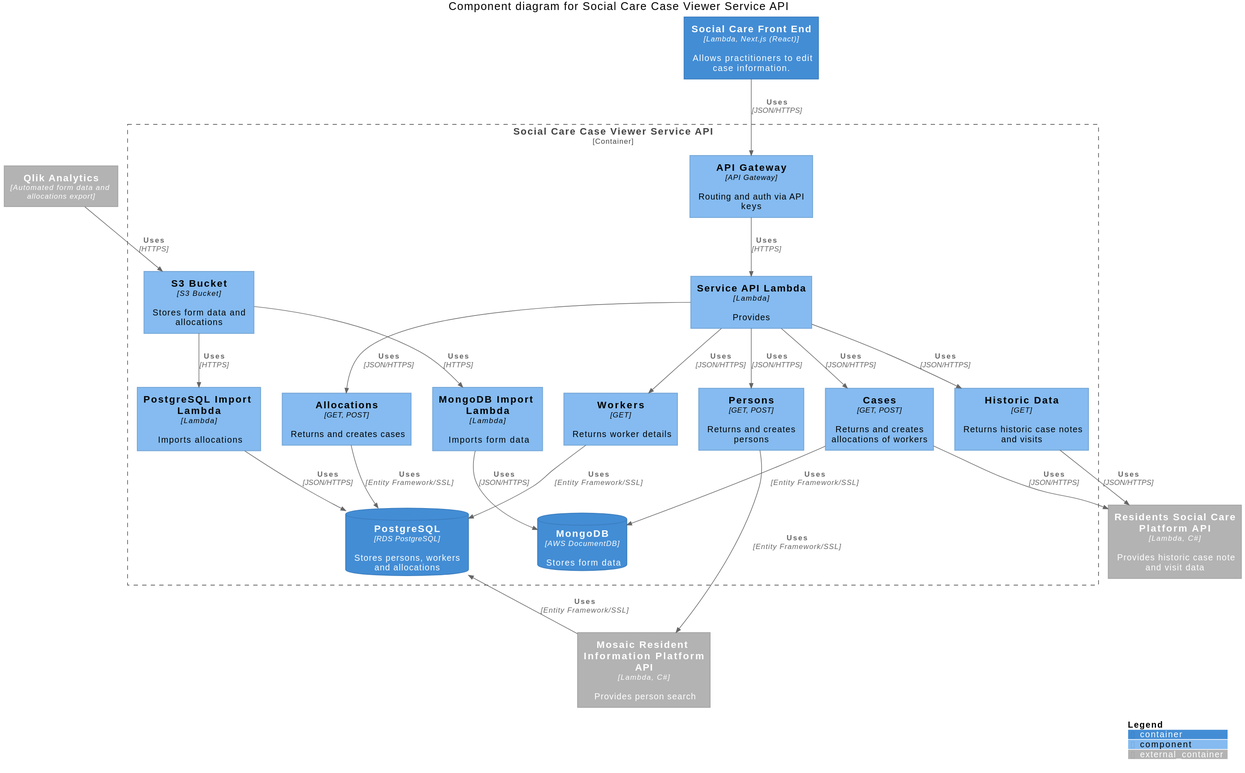
Before: docs/component-diagram.svg, a diagram exported from PlantUML (LBHackney-IT/social-care-case-viewer-api).
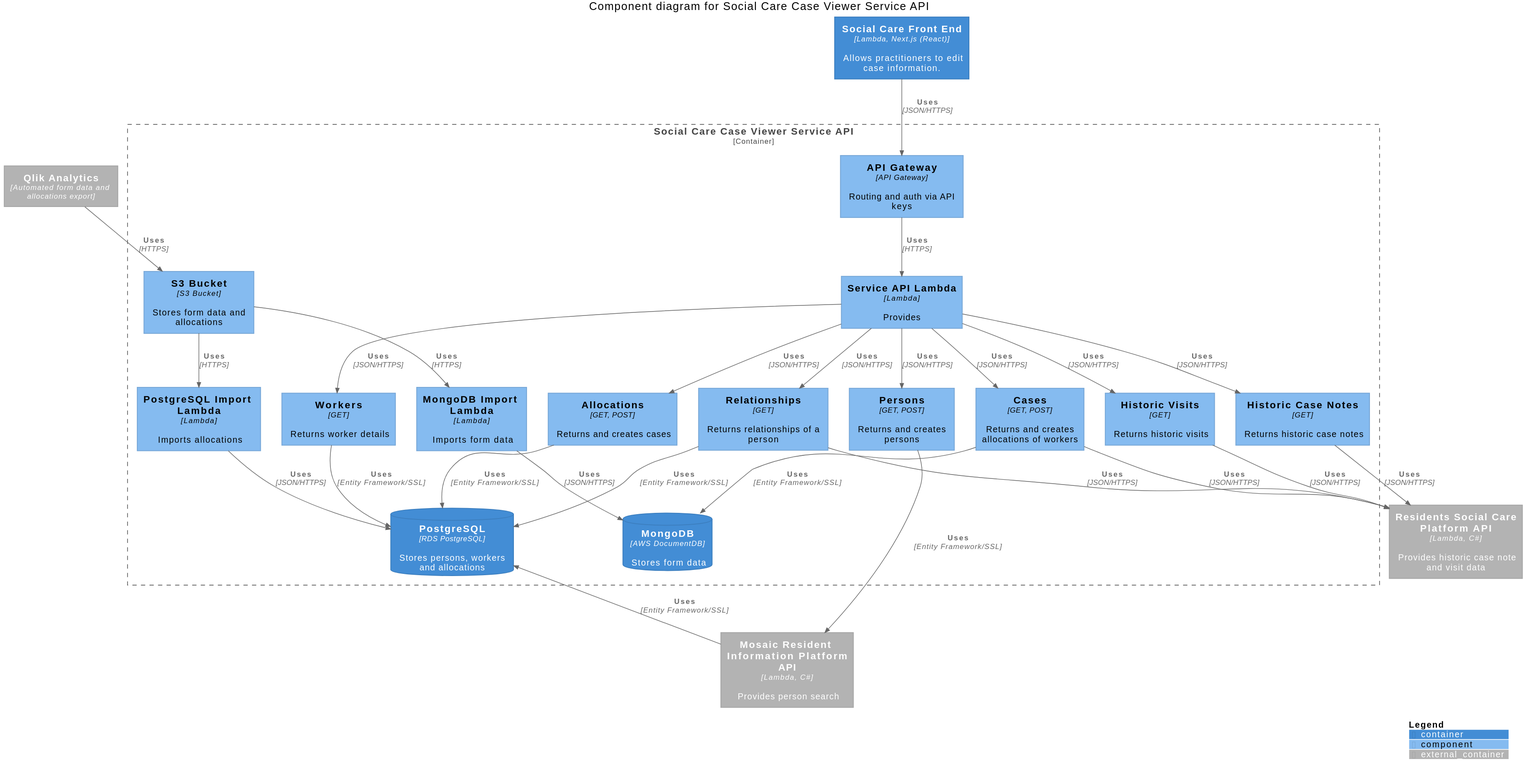
After the commit.

Commit message:
Update component diagram with relationships

And split out historic case notes and visits into their own
components.

Change to the diagram source:
```diff
@@ -21,7 +21,9 @@
     Component(workers, "Workers", "GET", "Returns worker details")
     Component(allocations, "Allocations", "GET, POST", "Returns and creates cases")
     Component(cases, "Cases", "GET, POST", "Returns and creates allocations of workers")
-    Component(historic_data, "Historic Data", "GET", "Returns historic case notes and visits")
+    Component(relationships, "Relationships", "GET", "Returns relationships of a person")
+    Component(historic_case_notes, "Historic Case Notes", "GET", "Returns historic case notes")
+    Component(historic_visits, "Historic Visits", "GET", "Returns historic visits")
 
     ContainerDb(postgres, "PostgreSQL", "RDS PostgreSQL", "Stores persons, workers and allocations")
     ContainerDb(mongodb, "MongoDB", "AWS DocumentDB", "Stores form data")
@@ -50,8 +52,15 @@
     Rel(cases, mongodb, "Uses", "Entity Framework/SSL")
     Rel(cases, resident_social_care_platform_api, "Uses", "JSON/HTTPS")
 
-    Rel(api_lambda, historic_data, "Uses", "JSON/HTTPS")
-    Rel(historic_data, resident_social_care_platform_api, "Uses", "JSON/HTTPS")
+    Rel(api_lambda, relationships, "Uses", "JSON/HTTPS")
+    Rel(relationships, postgres, "Uses", "Entity Framework/SSL")
+    Rel(relationships, resident_social_care_platform_api, "Uses", "JSON/HTTPS")
+
+    Rel(api_lambda, historic_case_notes, "Uses", "JSON/HTTPS")
+    Rel(historic_case_notes, resident_social_care_platform_api, "Uses", "JSON/HTTPS")
+
+    Rel(api_lambda, historic_visits, "Uses", "JSON/HTTPS")
+    Rel(historic_visits, resident_social_care_platform_api, "Uses", "JSON/HTTPS")
 }
 
 SHOW_DYNAMIC_LEGEND()
```
